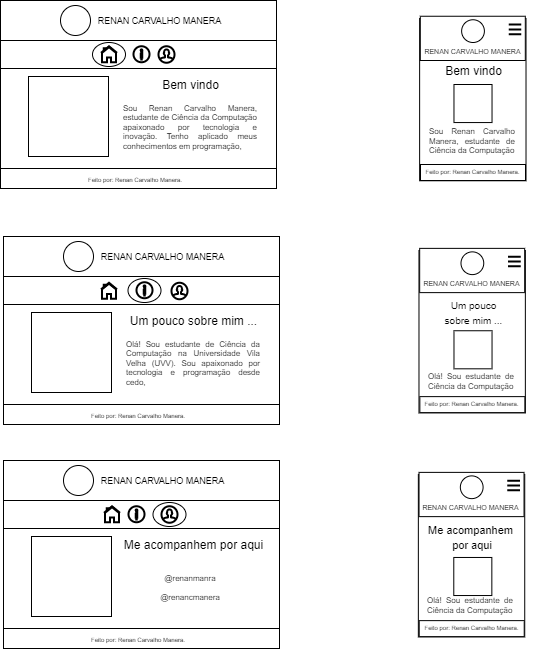
Before: wireframe.png, a diagram exported from draw.io (renancmanera/portfolio). Source tidied: cells renumbered, new cells last; positions are measured from the earlier drawing's top-left corner, leaving out a move shared by most shapes.
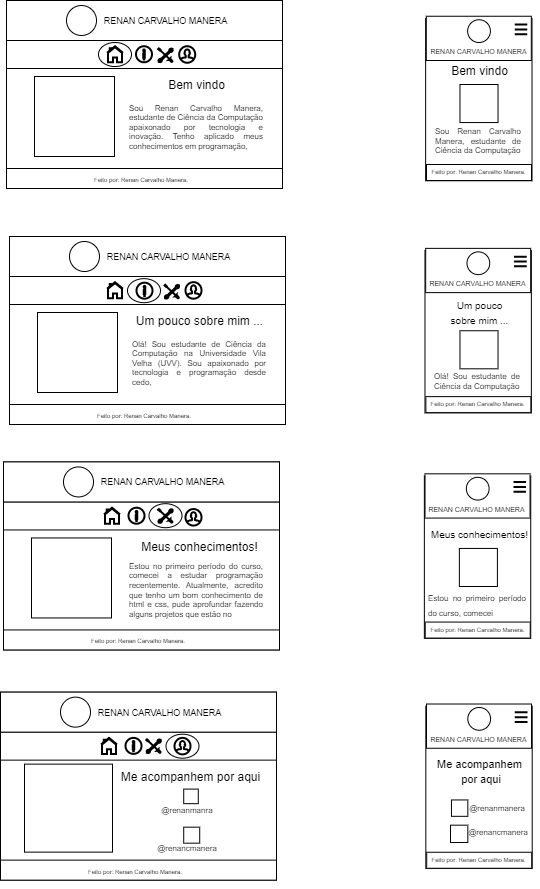
After the commit.

The edit, as a diff of the source:
```diff
@@ -36,10 +36,10 @@
       <mxGeometry x="38" y="168" width="194" height="20" as="geometry" />
     </mxCell>
     <mxCell id="13" style="html=1;verticalLabelPosition=bottom;align=center;labelBackgroundColor=#ffffff;verticalAlign=top;strokeWidth=2;shadow=0;dashed=0;shape=mxgraph.ios7.icons.info;" parent="1" vertex="1">
-      <mxGeometry x="133" y="45.8" width="16" height="16" as="geometry" />
+      <mxGeometry x="129.5" y="45.8" width="16" height="16" as="geometry" />
     </mxCell>
     <mxCell id="14" style="html=1;verticalLabelPosition=bottom;align=center;labelBackgroundColor=#ffffff;verticalAlign=top;strokeWidth=2;shadow=0;dashed=0;shape=mxgraph.ios7.icons.user;" parent="1" vertex="1">
-      <mxGeometry x="158" y="45.8" width="16" height="16.5" as="geometry" />
+      <mxGeometry x="172.7" y="45.8" width="16" height="16.5" as="geometry" />
     </mxCell>
     <mxCell id="15" style="ellipse;whiteSpace=wrap;html=1;" parent="1" vertex="1">
       <mxGeometry x="92" y="42" width="33" height="24" as="geometry" />
@@ -80,65 +80,53 @@
     <mxCell id="27" value="&lt;div style=&quot;&quot;&gt;&lt;span style=&quot;background-color: initial;&quot;&gt;&lt;font style=&quot;font-size: 6px;&quot;&gt;Feito por: Renan Carvalho Manera.&lt;/font&gt;&lt;/span&gt;&lt;/div&gt;" style="text;html=1;strokeColor=none;fillColor=none;align=center;verticalAlign=middle;whiteSpace=wrap;rounded=0;" parent="1" vertex="1">
       <mxGeometry x="41" y="404" width="194" height="20" as="geometry" />
     </mxCell>
-    <mxCell id="28" style="html=1;verticalLabelPosition=bottom;align=center;labelBackgroundColor=#ffffff;verticalAlign=top;strokeWidth=2;shadow=0;dashed=0;shape=mxgraph.ios7.icons.user;" parent="1" vertex="1">
-      <mxGeometry x="171" y="282.2" width="16" height="16.5" as="geometry" />
-    </mxCell>
-    <mxCell id="29" style="ellipse;whiteSpace=wrap;html=1;" parent="1" vertex="1">
-      <mxGeometry x="127.5" y="278" width="33" height="24" as="geometry" />
-    </mxCell>
-    <mxCell id="30" style="html=1;verticalLabelPosition=bottom;align=center;labelBackgroundColor=#ffffff;verticalAlign=top;strokeWidth=2;shadow=0;dashed=0;shape=mxgraph.ios7.icons.home;" parent="1" vertex="1">
-      <mxGeometry x="100.5" y="282.2" width="16" height="16" as="geometry" />
-    </mxCell>
     <mxCell id="31" style="rounded=0;whiteSpace=wrap;html=1;" parent="1" vertex="1">
-      <mxGeometry x="3" y="460" width="276" height="188" as="geometry" />
+      <mxGeometry x="-6" y="691.6" width="276" height="188" as="geometry" />
     </mxCell>
     <mxCell id="32" style="edgeStyle=orthogonalEdgeStyle;rounded=0;orthogonalLoop=1;jettySize=auto;html=1;exitX=0.5;exitY=1;exitDx=0;exitDy=0;" parent="1" edge="1" source="31" target="31">
       <mxGeometry relative="1" as="geometry" />
     </mxCell>
     <mxCell id="33" style="rounded=0;whiteSpace=wrap;html=1;" parent="1" vertex="1">
-      <mxGeometry x="3" y="500" width="276" height="28" as="geometry" />
+      <mxGeometry x="-6" y="731.6" width="276" height="28" as="geometry" />
     </mxCell>
     <mxCell id="34" style="rounded=0;whiteSpace=wrap;html=1;" parent="1" vertex="1">
-      <mxGeometry x="3" y="460" width="276" height="40" as="geometry" />
+      <mxGeometry x="-6" y="691.6" width="276" height="40" as="geometry" />
     </mxCell>
     <mxCell id="35" style="rounded=0;whiteSpace=wrap;html=1;" parent="1" vertex="1">
-      <mxGeometry x="3" y="628" width="276" height="20" as="geometry" />
+      <mxGeometry x="-6" y="859.6" width="276" height="20" as="geometry" />
     </mxCell>
     <mxCell id="36" style="ellipse;whiteSpace=wrap;html=1;" parent="1" vertex="1">
-      <mxGeometry x="63" y="465" width="30" height="30" as="geometry" />
+      <mxGeometry x="54" y="696.6" width="30" height="30" as="geometry" />
     </mxCell>
     <mxCell id="37" value="&lt;font style=&quot;font-size: 9px;&quot;&gt;RENAN CARVALHO MANERA&lt;/font&gt;" style="text;html=1;align=center;verticalAlign=middle;strokeColor=none;fillColor=none;" parent="1" vertex="1">
-      <mxGeometry x="87" y="465" width="150" height="30" as="geometry" />
+      <mxGeometry x="78" y="696.6" width="150" height="30" as="geometry" />
     </mxCell>
     <mxCell id="38" style="whiteSpace=wrap;html=1;" parent="1" vertex="1">
-      <mxGeometry x="31" y="536" width="80" height="80" as="geometry" />
+      <mxGeometry x="18" y="763.6" width="88" height="88" as="geometry" />
     </mxCell>
     <mxCell id="39" value="Me acompanhem por aqui" style="text;html=1;align=center;verticalAlign=middle;strokeColor=none;fillColor=none;" parent="1" vertex="1">
-      <mxGeometry x="113" y="529" width="160" height="32" as="geometry" />
+      <mxGeometry x="102" y="757.6" width="164" height="38" as="geometry" />
     </mxCell>
-    <mxCell id="40" value="&lt;div style=&quot;font-size: 8px;&quot;&gt;@renanmanra&lt;br&gt;&lt;/div&gt;&lt;div style=&quot;font-size: 8px;&quot;&gt;&lt;br&gt;&lt;/div&gt;&lt;div style=&quot;font-size: 8px;&quot;&gt;@renancmanera&lt;/div&gt;" style="text;html=1;strokeColor=none;fillColor=none;align=center;verticalAlign=middle;whiteSpace=wrap;rounded=0;" parent="1" vertex="1">
-      <mxGeometry x="122" y="561" width="136" height="54" as="geometry" />
+    <mxCell id="40" value="&lt;div style=&quot;font-size: 8px;&quot;&gt;&lt;br&gt;&lt;/div&gt;&lt;div style=&quot;font-size: 8px;&quot;&gt;&lt;br&gt;&lt;/div&gt;&lt;div style=&quot;font-size: 8px;&quot;&gt;@renanmanra&lt;br&gt;&lt;/div&gt;&lt;div style=&quot;font-size: 8px;&quot;&gt;&lt;br&gt;&lt;/div&gt;&lt;div style=&quot;font-size: 8px;&quot;&gt;&lt;br&gt;&lt;/div&gt;&lt;div style=&quot;font-size: 8px;&quot;&gt;&lt;br&gt;&lt;/div&gt;&lt;div style=&quot;font-size: 8px;&quot;&gt;@renancmanera&lt;/div&gt;" style="text;html=1;strokeColor=none;fillColor=none;align=center;verticalAlign=middle;whiteSpace=wrap;rounded=0;" parent="1" vertex="1">
+      <mxGeometry x="113" y="792.6" width="136" height="54" as="geometry" />
     </mxCell>
     <mxCell id="41" value="&lt;div style=&quot;&quot;&gt;&lt;span style=&quot;background-color: initial;&quot;&gt;&lt;font style=&quot;font-size: 6px;&quot;&gt;Feito por: Renan Carvalho Manera.&lt;/font&gt;&lt;/span&gt;&lt;/div&gt;" style="text;html=1;strokeColor=none;fillColor=none;align=center;verticalAlign=middle;whiteSpace=wrap;rounded=0;" parent="1" vertex="1">
-      <mxGeometry x="41" y="628" width="194" height="20" as="geometry" />
+      <mxGeometry x="32" y="859.6" width="194" height="20" as="geometry" />
     </mxCell>
     <mxCell id="42" style="html=1;verticalLabelPosition=bottom;align=center;labelBackgroundColor=#ffffff;verticalAlign=top;strokeWidth=2;shadow=0;dashed=0;shape=mxgraph.ios7.icons.info;" parent="1" vertex="1">
-      <mxGeometry x="128" y="505.8" width="16" height="16" as="geometry" />
+      <mxGeometry x="119" y="737.4" width="16" height="16" as="geometry" />
     </mxCell>
     <mxCell id="43" style="ellipse;whiteSpace=wrap;html=1;" parent="1" vertex="1">
-      <mxGeometry x="152.5" y="502" width="33" height="24" as="geometry" />
+      <mxGeometry x="159.5" y="733.7" width="33" height="24" as="geometry" />
     </mxCell>
     <mxCell id="44" style="html=1;verticalLabelPosition=bottom;align=center;labelBackgroundColor=#ffffff;verticalAlign=top;strokeWidth=2;shadow=0;dashed=0;shape=mxgraph.ios7.icons.home;" parent="1" vertex="1">
-      <mxGeometry x="103.5" y="505.8" width="16" height="16" as="geometry" />
+      <mxGeometry x="94.5" y="737.4" width="16" height="16" as="geometry" />
     </mxCell>
     <mxCell id="45" style="rounded=0;whiteSpace=wrap;html=1;rotation=-90;" parent="1" vertex="1">
       <mxGeometry x="391.2" y="45.9" width="162.2" height="106.4" as="geometry" />
     </mxCell>
-    <mxCell id="46" style="html=1;verticalLabelPosition=bottom;align=center;labelBackgroundColor=#ffffff;verticalAlign=top;strokeWidth=2;shadow=0;dashed=0;shape=mxgraph.ios7.icons.info;" parent="1" vertex="1">
-      <mxGeometry x="136" y="281.8" width="16" height="16" as="geometry" />
-    </mxCell>
     <mxCell id="47" style="html=1;verticalLabelPosition=bottom;align=center;labelBackgroundColor=#ffffff;verticalAlign=top;strokeWidth=2;shadow=0;dashed=0;shape=mxgraph.ios7.icons.user;" parent="1" vertex="1">
-      <mxGeometry x="161" y="505.8" width="16" height="16.5" as="geometry" />
+      <mxGeometry x="168" y="737.4" width="16" height="16.5" as="geometry" />
     </mxCell>
     <mxCell id="48" style="rounded=0;whiteSpace=wrap;html=1;" parent="1" vertex="1">
       <mxGeometry x="420" y="164" width="105" height="16" as="geometry" />
@@ -195,37 +183,148 @@
       <mxGeometry x="427" y="380" width="88" height="2.1" as="geometry" />
     </mxCell>
     <mxCell id="66" style="rounded=0;whiteSpace=wrap;html=1;rotation=-90;" parent="1" vertex="1">
-      <mxGeometry x="389.9" y="502.1" width="162.2" height="106.4" as="geometry" />
+      <mxGeometry x="391.4" y="733.7" width="162.2" height="106.4" as="geometry" />
     </mxCell>
     <mxCell id="67" style="rounded=0;whiteSpace=wrap;html=1;" parent="1" vertex="1">
-      <mxGeometry x="418.7" y="620.1" width="105" height="16" as="geometry" />
+      <mxGeometry x="420.2" y="851.8" width="105" height="16" as="geometry" />
     </mxCell>
     <mxCell id="68" value="&lt;div style=&quot;&quot;&gt;&lt;span style=&quot;background-color: initial;&quot;&gt;&lt;font style=&quot;font-size: 6px;&quot;&gt;Feito por: Renan Carvalho Manera.&lt;/font&gt;&lt;/span&gt;&lt;/div&gt;" style="text;html=1;strokeColor=none;fillColor=none;align=center;verticalAlign=middle;whiteSpace=wrap;rounded=0;" parent="1" vertex="1">
-      <mxGeometry x="422.5" y="616.1" width="97" height="20" as="geometry" />
+      <mxGeometry x="424" y="847.8" width="97" height="20" as="geometry" />
     </mxCell>
     <mxCell id="69" style="rounded=0;whiteSpace=wrap;html=1;" parent="1" vertex="1">
-      <mxGeometry x="418.5" y="471.9" width="105" height="44.2" as="geometry" />
+      <mxGeometry x="420" y="703.5" width="105" height="44.2" as="geometry" />
     </mxCell>
     <mxCell id="70" value="&lt;font style=&quot;font-size: 7px;&quot;&gt;RENAN CARVALHO MANERA&lt;/font&gt;" style="text;html=1;align=center;verticalAlign=middle;strokeColor=none;fillColor=none;" parent="1" vertex="1">
-      <mxGeometry x="410.4" y="490.1" width="120" height="32" as="geometry" />
+      <mxGeometry x="411.9" y="721.8" width="120" height="32" as="geometry" />
     </mxCell>
     <mxCell id="71" style="ellipse;whiteSpace=wrap;html=1;" parent="1" vertex="1">
-      <mxGeometry x="459.9" y="475.4" width="22.8" height="22.8" as="geometry" />
+      <mxGeometry x="461.3" y="707" width="22.8" height="22.8" as="geometry" />
     </mxCell>
     <mxCell id="72" style="html=1;verticalLabelPosition=bottom;align=center;labelBackgroundColor=#ffffff;verticalAlign=top;strokeWidth=2;shadow=0;dashed=0;shape=mxgraph.ios7.icons.most_viewed;" parent="1" vertex="1">
-      <mxGeometry x="502.5" y="478.9" width="17" height="12.2" as="geometry" />
+      <mxGeometry x="504" y="710.5" width="17" height="12.2" as="geometry" />
     </mxCell>
     <mxCell id="73" style="whiteSpace=wrap;html=1;" parent="1" vertex="1">
-      <mxGeometry x="453.3" y="557" width="38.1" height="38.1" as="geometry" />
+      <mxGeometry x="445" y="799.5" width="16.4" height="16.4" as="geometry" />
     </mxCell>
     <mxCell id="74" value="&lt;font style=&quot;font-size: 11px;&quot;&gt;Me acompanhem&lt;br&gt;&amp;nbsp;por aqui&lt;/font&gt;" style="text;html=1;align=center;verticalAlign=middle;strokeColor=none;fillColor=none;" parent="1" vertex="1">
-      <mxGeometry x="418.4" y="513" width="104" height="48" as="geometry" />
+      <mxGeometry x="420.7" y="753.4" width="104" height="34.6" as="geometry" />
     </mxCell>
-    <mxCell id="75" value="&lt;div style=&quot;text-align: justify; font-size: 8px;&quot;&gt;Olá! Sou estudante de Ciência da Computação&lt;br&gt;&lt;/div&gt;" style="text;html=1;strokeColor=none;fillColor=none;align=center;verticalAlign=middle;whiteSpace=wrap;rounded=0;" parent="1" vertex="1">
-      <mxGeometry x="426.4" y="604" width="88" height="2.1" as="geometry" />
-    </mxCell>
     <mxCell id="76" value="&lt;font style=&quot;font-size: 10px;&quot;&gt;Um pouco &lt;br&gt;sobre mim ...&lt;/font&gt;" style="text;html=1;align=center;verticalAlign=middle;strokeColor=none;fillColor=none;" parent="1" vertex="1">
       <mxGeometry x="432.5" y="288" width="80" height="48" as="geometry" />
     </mxCell>
+    <mxCell id="77" style="html=1;verticalLabelPosition=bottom;align=center;labelBackgroundColor=#ffffff;verticalAlign=top;strokeWidth=2;shadow=0;dashed=0;shape=mxgraph.ios7.icons.tools;" parent="1" vertex="1">
+      <mxGeometry x="139.8" y="738.7" width="14.7" height="13.9" as="geometry" />
+    </mxCell>
+    <mxCell id="78" style="ellipse;whiteSpace=wrap;html=1;" parent="1" vertex="1">
+      <mxGeometry x="121" y="278.2" width="33" height="24" as="geometry" />
+    </mxCell>
+    <mxCell id="79" style="html=1;verticalLabelPosition=bottom;align=center;labelBackgroundColor=#ffffff;verticalAlign=top;strokeWidth=2;shadow=0;dashed=0;shape=mxgraph.ios7.icons.home;" parent="1" vertex="1">
+      <mxGeometry x="100.5" y="281.7" width="16" height="16" as="geometry" />
+    </mxCell>
+    <mxCell id="80" style="html=1;verticalLabelPosition=bottom;align=center;labelBackgroundColor=#ffffff;verticalAlign=top;strokeWidth=2;shadow=0;dashed=0;shape=mxgraph.ios7.icons.user;" parent="1" vertex="1">
+      <mxGeometry x="179" y="281.7" width="16" height="16.5" as="geometry" />
+    </mxCell>
+    <mxCell id="81" style="html=1;verticalLabelPosition=bottom;align=center;labelBackgroundColor=#ffffff;verticalAlign=top;strokeWidth=2;shadow=0;dashed=0;shape=mxgraph.ios7.icons.tools;" parent="1" vertex="1">
+      <mxGeometry x="158" y="284.2" width="14.7" height="13.9" as="geometry" />
+    </mxCell>
+    <mxCell id="82" style="html=1;verticalLabelPosition=bottom;align=center;labelBackgroundColor=#ffffff;verticalAlign=top;strokeWidth=2;shadow=0;dashed=0;shape=mxgraph.ios7.icons.info;" parent="1" vertex="1">
+      <mxGeometry x="130" y="282.2" width="16" height="16" as="geometry" />
+    </mxCell>
+    <mxCell id="83" style="html=1;verticalLabelPosition=bottom;align=center;labelBackgroundColor=#ffffff;verticalAlign=top;strokeWidth=2;shadow=0;dashed=0;shape=mxgraph.ios7.icons.tools;" parent="1" vertex="1">
+      <mxGeometry x="151.7" y="47.8" width="14.7" height="13.9" as="geometry" />
+    </mxCell>
+    <mxCell id="84" style="rounded=0;whiteSpace=wrap;html=1;" parent="1" vertex="1">
+      <mxGeometry x="-3" y="461.4" width="276" height="188" as="geometry" />
+    </mxCell>
+    <mxCell id="85" style="edgeStyle=orthogonalEdgeStyle;rounded=0;orthogonalLoop=1;jettySize=auto;html=1;exitX=0.5;exitY=1;exitDx=0;exitDy=0;" parent="1" edge="1" source="84" target="84">
+      <mxGeometry relative="1" as="geometry" />
+    </mxCell>
+    <mxCell id="86" style="rounded=0;whiteSpace=wrap;html=1;" parent="1" vertex="1">
+      <mxGeometry x="-3" y="501.4" width="276" height="28" as="geometry" />
+    </mxCell>
+    <mxCell id="87" style="rounded=0;whiteSpace=wrap;html=1;" parent="1" vertex="1">
+      <mxGeometry x="-3" y="461.4" width="276" height="40" as="geometry" />
+    </mxCell>
+    <mxCell id="88" style="rounded=0;whiteSpace=wrap;html=1;" parent="1" vertex="1">
+      <mxGeometry x="-3" y="629.4" width="276" height="20" as="geometry" />
+    </mxCell>
+    <mxCell id="89" style="ellipse;whiteSpace=wrap;html=1;" parent="1" vertex="1">
+      <mxGeometry x="57" y="466.4" width="30" height="30" as="geometry" />
+    </mxCell>
+    <mxCell id="90" value="&lt;font style=&quot;font-size: 9px;&quot;&gt;RENAN CARVALHO MANERA&lt;/font&gt;" style="text;html=1;align=center;verticalAlign=middle;strokeColor=none;fillColor=none;" parent="1" vertex="1">
+      <mxGeometry x="81" y="466.4" width="150" height="30" as="geometry" />
+    </mxCell>
+    <mxCell id="91" style="whiteSpace=wrap;html=1;" parent="1" vertex="1">
+      <mxGeometry x="25" y="537.4" width="80" height="80" as="geometry" />
+    </mxCell>
+    <mxCell id="92" value="Meus conhecimentos!" style="text;html=1;align=center;verticalAlign=middle;strokeColor=none;fillColor=none;" parent="1" vertex="1">
+      <mxGeometry x="125" y="530.8" width="136" height="32" as="geometry" />
+    </mxCell>
+    <mxCell id="93" value="&lt;div style=&quot;text-align: justify; font-size: 8px;&quot;&gt;Estou no primeiro período do curso, comecei a estudar programação recentemente. Atualmente, acredito que tenho um bom conhecimento de html e css, pude aprofundar fazendo alguns projetos que estão no&lt;br&gt;&lt;/div&gt;" style="text;html=1;strokeColor=none;fillColor=none;align=center;verticalAlign=middle;whiteSpace=wrap;rounded=0;" parent="1" vertex="1">
+      <mxGeometry x="122" y="562.8" width="136" height="54.6" as="geometry" />
+    </mxCell>
+    <mxCell id="94" value="&lt;div style=&quot;&quot;&gt;&lt;span style=&quot;background-color: initial;&quot;&gt;&lt;font style=&quot;font-size: 6px;&quot;&gt;Feito por: Renan Carvalho Manera.&lt;/font&gt;&lt;/span&gt;&lt;/div&gt;" style="text;html=1;strokeColor=none;fillColor=none;align=center;verticalAlign=middle;whiteSpace=wrap;rounded=0;" parent="1" vertex="1">
+      <mxGeometry x="35" y="629.4" width="194" height="20" as="geometry" />
+    </mxCell>
+    <mxCell id="95" style="html=1;verticalLabelPosition=bottom;align=center;labelBackgroundColor=#ffffff;verticalAlign=top;strokeWidth=2;shadow=0;dashed=0;shape=mxgraph.ios7.icons.info;" parent="1" vertex="1">
+      <mxGeometry x="122" y="507.2" width="16" height="16" as="geometry" />
+    </mxCell>
+    <mxCell id="96" style="ellipse;whiteSpace=wrap;html=1;" parent="1" vertex="1">
+      <mxGeometry x="142.5" y="503.2" width="33" height="24" as="geometry" />
+    </mxCell>
+    <mxCell id="97" style="html=1;verticalLabelPosition=bottom;align=center;labelBackgroundColor=#ffffff;verticalAlign=top;strokeWidth=2;shadow=0;dashed=0;shape=mxgraph.ios7.icons.home;" parent="1" vertex="1">
+      <mxGeometry x="97.5" y="507.2" width="16" height="16" as="geometry" />
+    </mxCell>
+    <mxCell id="98" style="html=1;verticalLabelPosition=bottom;align=center;labelBackgroundColor=#ffffff;verticalAlign=top;strokeWidth=2;shadow=0;dashed=0;shape=mxgraph.ios7.icons.user;" parent="1" vertex="1">
+      <mxGeometry x="179" y="508.6" width="16" height="16.5" as="geometry" />
+    </mxCell>
+    <mxCell id="99" style="html=1;verticalLabelPosition=bottom;align=center;labelBackgroundColor=#ffffff;verticalAlign=top;strokeWidth=2;shadow=0;dashed=0;shape=mxgraph.ios7.icons.tools;" parent="1" vertex="1">
+      <mxGeometry x="151.7" y="508.5" width="14.7" height="13.9" as="geometry" />
+    </mxCell>
+    <mxCell id="100" style="whiteSpace=wrap;html=1;" parent="1" vertex="1">
+      <mxGeometry x="177.2" y="826.7" width="16" height="16" as="geometry" />
+    </mxCell>
+    <mxCell id="101" style="whiteSpace=wrap;html=1;" parent="1" vertex="1">
+      <mxGeometry x="177.2" y="788.6" width="14.6" height="14.6" as="geometry" />
+    </mxCell>
+    <mxCell id="102" style="whiteSpace=wrap;html=1;" parent="1" vertex="1">
+      <mxGeometry x="444" y="824.7" width="17.3" height="17.3" as="geometry" />
+    </mxCell>
+    <mxCell id="103" value="&lt;font style=&quot;font-size: 8px;&quot;&gt;@renancmanera&lt;/font&gt;" style="text;html=1;strokeColor=none;fillColor=none;align=center;verticalAlign=middle;whiteSpace=wrap;rounded=0;" parent="1" vertex="1">
+      <mxGeometry x="468.2" y="822.8" width="47.8" height="17.3" as="geometry" />
+    </mxCell>
+    <mxCell id="104" value="@renanmanera" style="text;html=1;strokeColor=none;fillColor=none;align=center;verticalAlign=middle;whiteSpace=wrap;rounded=0;fontSize=8;" parent="1" vertex="1">
+      <mxGeometry x="461" y="792.6" width="60" height="30" as="geometry" />
+    </mxCell>
+    <mxCell id="105" style="rounded=0;whiteSpace=wrap;html=1;rotation=-90;" parent="1" vertex="1">
+      <mxGeometry x="389.9" y="503.5" width="162.2" height="106.4" as="geometry" />
+    </mxCell>
+    <mxCell id="106" style="rounded=0;whiteSpace=wrap;html=1;" parent="1" vertex="1">
+      <mxGeometry x="418.7" y="621.6" width="105" height="16" as="geometry" />
+    </mxCell>
+    <mxCell id="107" value="&lt;div style=&quot;&quot;&gt;&lt;span style=&quot;background-color: initial;&quot;&gt;&lt;font style=&quot;font-size: 6px;&quot;&gt;Feito por: Renan Carvalho Manera.&lt;/font&gt;&lt;/span&gt;&lt;/div&gt;" style="text;html=1;strokeColor=none;fillColor=none;align=center;verticalAlign=middle;whiteSpace=wrap;rounded=0;" parent="1" vertex="1">
+      <mxGeometry x="422.5" y="617.6" width="97" height="20" as="geometry" />
+    </mxCell>
+    <mxCell id="108" style="rounded=0;whiteSpace=wrap;html=1;" parent="1" vertex="1">
+      <mxGeometry x="418.5" y="473.3" width="105" height="44.2" as="geometry" />
+    </mxCell>
+    <mxCell id="109" value="&lt;font style=&quot;font-size: 7px;&quot;&gt;RENAN CARVALHO MANERA&lt;/font&gt;" style="text;html=1;align=center;verticalAlign=middle;strokeColor=none;fillColor=none;" parent="1" vertex="1">
+      <mxGeometry x="410.4" y="491.6" width="120" height="32" as="geometry" />
+    </mxCell>
+    <mxCell id="110" style="ellipse;whiteSpace=wrap;html=1;" parent="1" vertex="1">
+      <mxGeometry x="459.9" y="476.8" width="22.8" height="22.8" as="geometry" />
+    </mxCell>
+    <mxCell id="111" style="html=1;verticalLabelPosition=bottom;align=center;labelBackgroundColor=#ffffff;verticalAlign=top;strokeWidth=2;shadow=0;dashed=0;shape=mxgraph.ios7.icons.most_viewed;" parent="1" vertex="1">
+      <mxGeometry x="502.5" y="480.3" width="17" height="12.2" as="geometry" />
+    </mxCell>
+    <mxCell id="112" style="whiteSpace=wrap;html=1;" parent="1" vertex="1">
+      <mxGeometry x="452.9" y="547.9" width="38.1" height="38.1" as="geometry" />
+    </mxCell>
+    <mxCell id="113" value="&lt;div style=&quot;text-align: justify;&quot;&gt;&lt;font style=&quot;font-size: 8px;&quot;&gt;Estou no primeiro período do curso, comecei&lt;/font&gt;&lt;br&gt;&lt;/div&gt;" style="text;html=1;strokeColor=none;fillColor=none;align=center;verticalAlign=middle;whiteSpace=wrap;rounded=0;" parent="1" vertex="1">
+      <mxGeometry x="421.3" y="586" width="99.5" height="35.6" as="geometry" />
+    </mxCell>
+    <mxCell id="114" value="&lt;span style=&quot;font-size: 10px;&quot;&gt;Meus conhecimentos!&lt;/span&gt;" style="text;html=1;align=center;verticalAlign=middle;strokeColor=none;fillColor=none;" parent="1" vertex="1">
+      <mxGeometry x="412.5" y="517.6" width="120" height="32" as="geometry" />
+    </mxCell>
   </root>
 </mxGraphModel>
```
